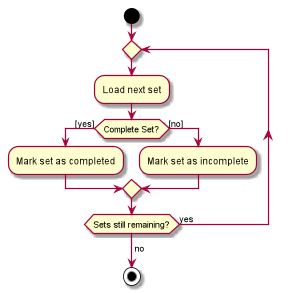
Earlier version of the PlantUML export images/developer-guide/session/StartStopActivityDiagram.png (alloystory/cs2103t_zerotoone).
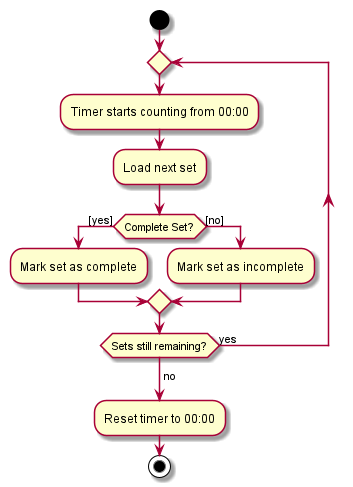
The same file after the commit.

Change to the diagram source:
```diff
@@ -1,16 +1,17 @@
 @startuml
 start
 
-
 repeat
+:Timer starts counting from 00:00;
 :Load next set;
     if (Complete Set?) then ([yes])
-        :Mark set as completed;
+        :Mark set as complete;
     else ([no])
         :Mark set as incomplete;
 endif
 
 repeat while (Sets still remaining?) is (yes)
 ->no;
+:Reset timer to 00:00;
 stop
 @enduml
```
